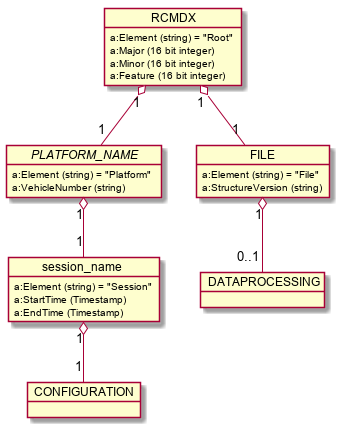
Before: images/generated/rcmdx_root_group.png, a diagram exported from PlantUML (OpenRailAssociation/rcm-dx).
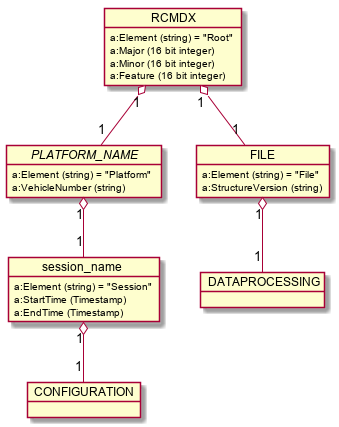
Above is the later version.

The edit, as a diff of the source:
```diff
@@ -21,7 +21,7 @@
 
   object DATAPROCESSING {
   }
-  FILE "1" o-- "0..1" DATAPROCESSING
+  FILE "1" o-- "1" DATAPROCESSING
 
   object "CONFIGURATION" as session_config
   session_name "1" o-- "1" session_config
```
